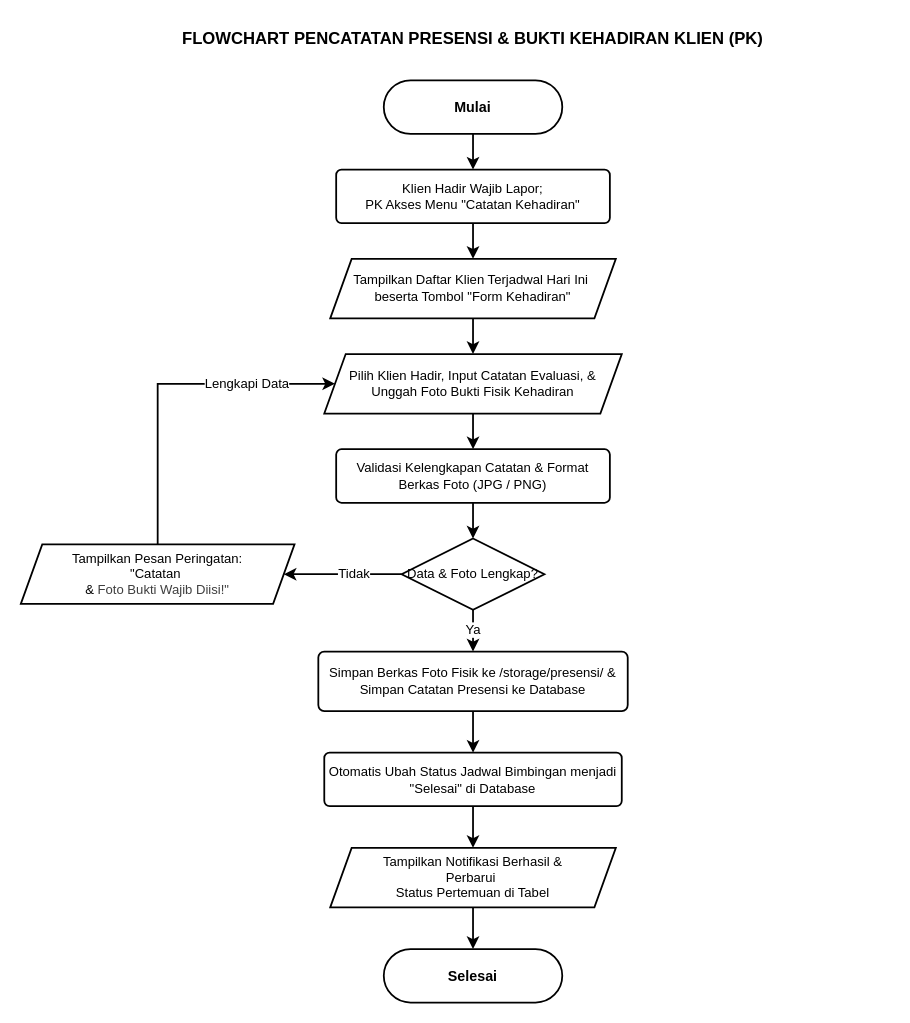
hilyaaulia14/SIMBA keeps this draw.io diagram as page "8. Flowchart Presensi & Bukti Hadir" (8 of 8) of diagram/flowchart_simba.drawio. Above is the earlier version. Source tidied: cells renumbered, new cells numbered last; positions are measured from the earlier drawing's top-left corner, leaving out a move shared by most shapes. Both pictures are drawn from the tidied source at 119%, with x=0, y=0 at pixel (20, 20).
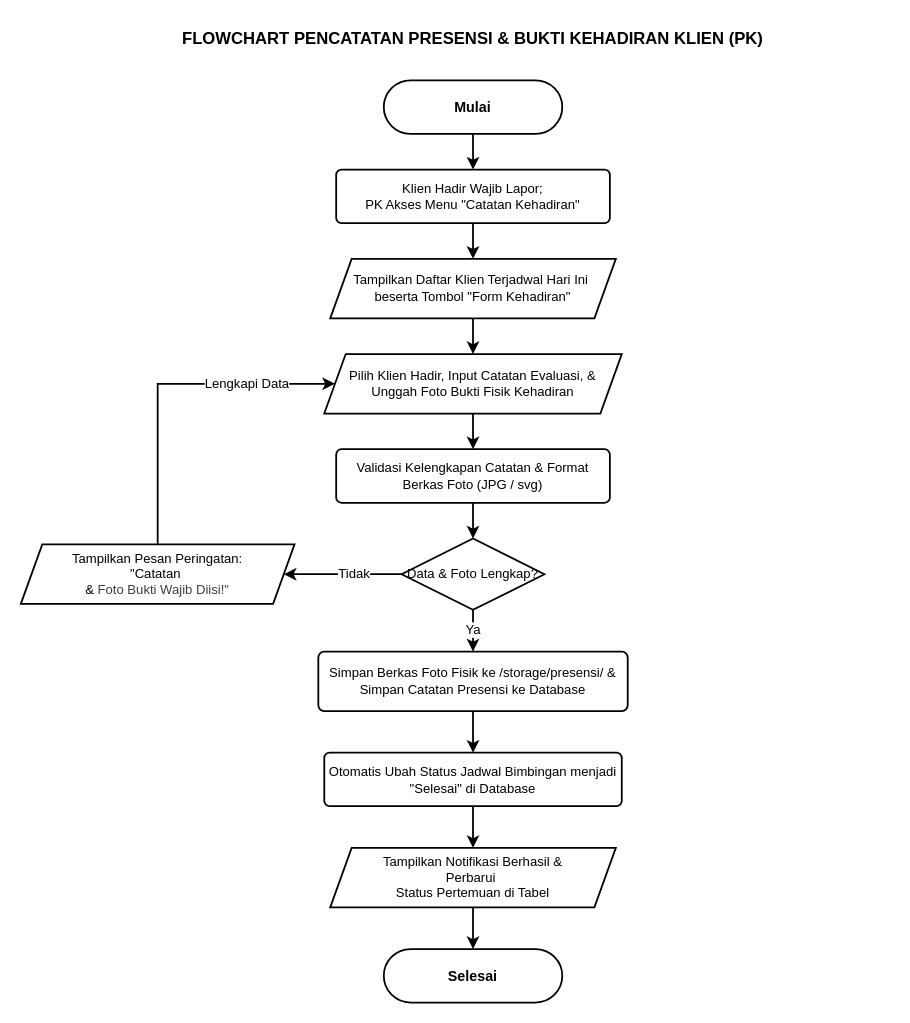
Above is the later version.

Diff of the diagram source:
```diff
@@
-    <mxCell id="7" value="Validasi Kelengkapan Catatan &amp;amp;&amp;#xa;Format Berkas Foto (JPG / PNG)" style="rounded=1;arcSize=10;whiteSpace=wrap;html=1;strokeWidth=1.5;fillColor=#ffffff;strokeColor=#000000;fontColor=#000000;fontSize=11;" parent="1" vertex="1">
+    <mxCell id="7" value="Validasi Kelengkapan Catatan &amp;amp;&amp;#xa;Format Berkas Foto (JPG / svg)" style="rounded=1;arcSize=10;whiteSpace=wrap;html=1;strokeWidth=1.5;fillColor=#ffffff;strokeColor=#000000;fontColor=#000000;fontSize=11;" parent="1" vertex="1">
       <mxGeometry x="265" y="360" width="230" height="45" as="geometry" />
     </mxCell>
```
